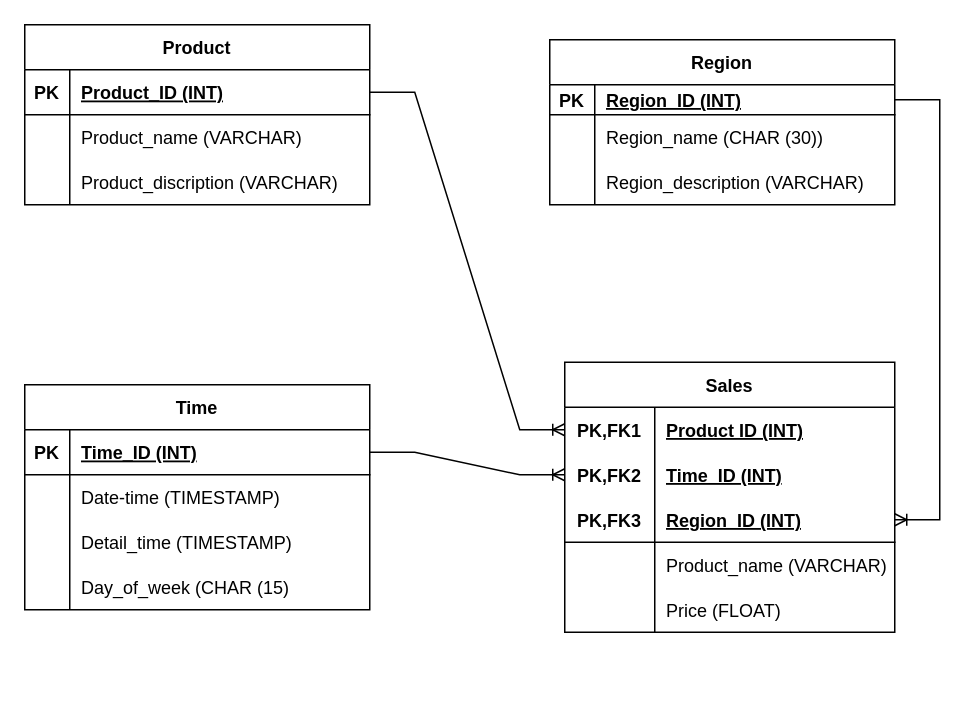
Above: page "Fisical" (3 of 3) of Models.drawio in irinapisarchik/Data-analyze (draw.io), before the change. Source tidied: cells renumbered, new cells numbered last; positions are measured from the earlier drawing's top-left corner, leaving out a move shared by most shapes. Both pictures are drawn from the tidied source at 150%, with x=0, y=0 at pixel (24, 24).
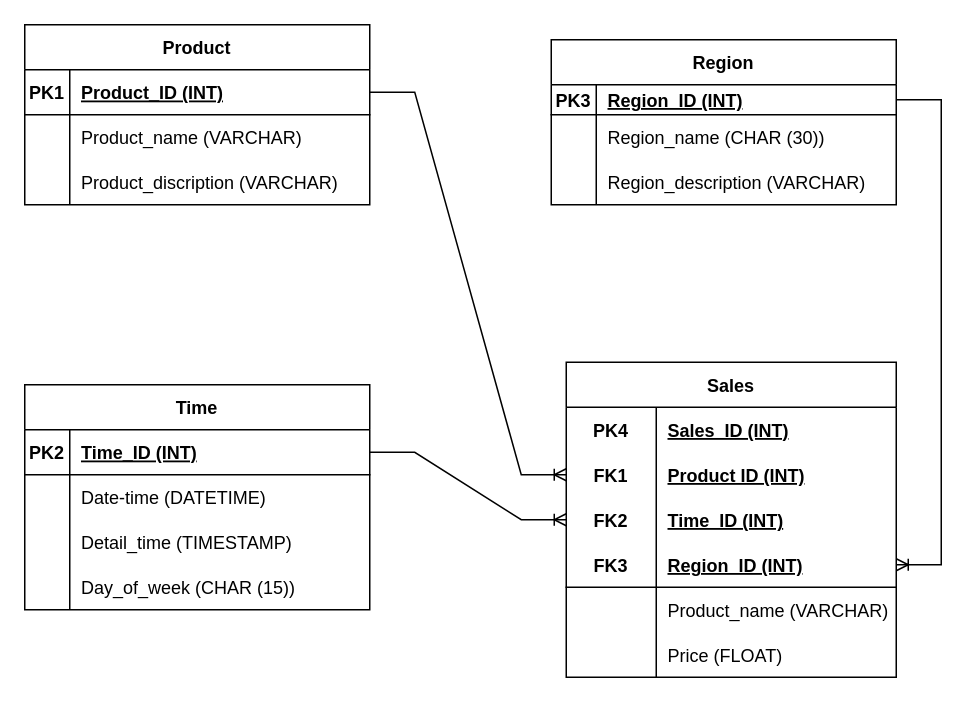
Above is the later version.

Unchanged cells that the change refers to:
```xml
<mxCell id="6" style="shape=tableRow;horizontal=0;startSize=0;swimlaneHead=0;swimlaneBody=0;fillColor=none;points=[[0,0.5],[1,0.5]];portConstraint=eastwest;top=0;left=0;right=0;bottom=1;" parent="5" vertex="1">
  <mxGeometry y="30" width="230" height="30" as="geometry" />
</mxCell>
<mxCell id="16" style="shape=tableRow;horizontal=0;startSize=0;swimlaneHead=0;swimlaneBody=0;fillColor=none;points=[[0,0.5],[1,0.5]];portConstraint=eastwest;top=0;left=0;right=0;bottom=1;" parent="15" vertex="1">
  <mxGeometry y="30" width="230" height="30" as="geometry" />
</mxCell>
<mxCell id="19" style="shape=tableRow;horizontal=0;startSize=0;swimlaneHead=0;swimlaneBody=0;fillColor=none;top=0;left=0;right=0;bottom=0;" parent="15" vertex="1">
  <mxGeometry y="60" width="230" height="30" as="geometry" />
</mxCell>
<mxCell id="25" style="shape=tableRow;horizontal=0;startSize=0;swimlaneHead=0;swimlaneBody=0;fillColor=none;top=0;left=0;right=0;bottom=0;" parent="15" vertex="1">
  <mxGeometry y="120" width="230" height="30" as="geometry" />
</mxCell>
<mxCell id="29" style="shape=tableRow;horizontal=0;startSize=0;swimlaneHead=0;swimlaneBody=0;fillColor=none;points=[[0,0.5],[1,0.5]];portConstraint=eastwest;top=0;left=0;right=0;bottom=1;" parent="28" vertex="1">
  <mxGeometry y="30" width="230" height="20" as="geometry" />
</mxCell>
```

Diff of the diagram source:
```diff
@@
-    <mxCell id="7" value="PK" style="shape=partialRectangle;fillColor=none;top=0;left=0;bottom=0;right=0;fontStyle=1;overflow=hidden;" parent="6" vertex="1">
+    <mxCell id="7" value="PK1" style="shape=partialRectangle;fillColor=none;top=0;left=0;bottom=0;right=0;fontStyle=1;overflow=hidden;" parent="6" vertex="1">
       <mxGeometry width="30" height="30" as="geometry" />
     </mxCell>
@@
-    <mxCell id="17" value="PK" style="shape=partialRectangle;fillColor=none;top=0;left=0;bottom=0;right=0;fontStyle=1;overflow=hidden;" parent="16" vertex="1">
+    <mxCell id="17" value="PK2" style="shape=partialRectangle;fillColor=none;top=0;left=0;bottom=0;right=0;fontStyle=1;overflow=hidden;" parent="16" vertex="1">
       <mxGeometry width="30" height="30" as="geometry" />
     </mxCell>
@@
-    <mxCell id="21" value="Date-time (TIMESTAMP)" style="shape=partialRectangle;fillColor=none;top=0;left=0;bottom=0;right=0;align=left;spacingLeft=6;overflow=hidden;" parent="19" vertex="1">
+    <mxCell id="21" value="Date-time (DATETIME)" style="shape=partialRectangle;fillColor=none;top=0;left=0;bottom=0;right=0;align=left;spacingLeft=6;overflow=hidden;" parent="19" vertex="1">
       <mxGeometry x="30" width="200" height="30" as="geometry" />
     </mxCell>
@@
-    <mxCell id="27" value="Day_of_week (CHAR (15)" style="shape=partialRectangle;fillColor=none;top=0;left=0;bottom=0;right=0;align=left;spacingLeft=6;overflow=hidden;" parent="25" vertex="1">
+    <mxCell id="27" value="Day_of_week (CHAR (15))" style="shape=partialRectangle;fillColor=none;top=0;left=0;bottom=0;right=0;align=left;spacingLeft=6;overflow=hidden;" parent="25" vertex="1">
       <mxGeometry x="30" width="200" height="30" as="geometry" />
     </mxCell>
     <mxCell id="28" value="Region" style="shape=table;startSize=30;childLayout=tableLayout;rowLines=0;fontStyle=1;align=center;" parent="1" vertex="1">
-      <mxGeometry x="350" y="10" width="230" height="110" as="geometry" />
+      <mxGeometry x="351" y="10" width="230" height="110" as="geometry" />
     </mxCell>
@@
-    <mxCell id="30" value="PK" style="shape=partialRectangle;fillColor=none;top=0;left=0;bottom=0;right=0;fontStyle=1;overflow=hidden;" parent="29" vertex="1">
+    <mxCell id="30" value="PK3" style="shape=partialRectangle;fillColor=none;top=0;left=0;bottom=0;right=0;fontStyle=1;overflow=hidden;" parent="29" vertex="1">
       <mxGeometry width="30" height="20" as="geometry" />
     </mxCell>
@@
     <mxCell id="38" value="Sales" style="shape=table;startSize=30;childLayout=tableLayout;rowLines=0;fontStyle=1;align=center;strokeColor=#000000;" parent="1" vertex="1">
-      <mxGeometry x="360" y="225" width="220" height="180" as="geometry" />
+      <mxGeometry x="361" y="225" width="220" height="210" as="geometry" />
     </mxCell>
+    <mxCell id="54" style="shape=tableRow;horizontal=0;startSize=0;swimlaneHead=0;swimlaneBody=0;fillColor=none;top=0;left=0;right=0;bottom=0;" parent="38" vertex="1">
+      <mxGeometry y="30" width="220" height="30" as="geometry" />
+    </mxCell>
+    <mxCell id="55" value="PK4" style="shape=partialRectangle;fillColor=none;top=0;left=0;bottom=0;right=0;fontStyle=1;overflow=hidden;" parent="54" vertex="1">
+      <mxGeometry width="60" height="30" as="geometry" />
+    </mxCell>
+    <mxCell id="56" value="Sales_ID (INT)" style="shape=partialRectangle;fillColor=none;top=0;left=0;bottom=0;right=0;align=left;spacingLeft=6;fontStyle=5;overflow=hidden;" parent="54" vertex="1">
+      <mxGeometry x="60" width="160" height="30" as="geometry" />
+    </mxCell>
     <mxCell id="39" style="shape=tableRow;horizontal=0;startSize=0;swimlaneHead=0;swimlaneBody=0;fillColor=none;points=[[0,0.5],[1,0.5]];portConstraint=eastwest;top=0;left=0;right=0;bottom=0;" parent="38" vertex="1">
-      <mxGeometry y="30" width="220" height="30" as="geometry" />
+      <mxGeometry y="60" width="220" height="30" as="geometry" />
     </mxCell>
-    <mxCell id="40" value="PK,FK1" style="shape=partialRectangle;fillColor=none;top=0;left=0;bottom=0;right=0;fontStyle=1;overflow=hidden;" parent="39" vertex="1">
+    <mxCell id="40" value="FK1" style="shape=partialRectangle;fillColor=none;top=0;left=0;bottom=0;right=0;fontStyle=1;overflow=hidden;" parent="39" vertex="1">
       <mxGeometry width="60" height="30" as="geometry" />
     </mxCell>
@@
     <mxCell id="42" style="shape=tableRow;horizontal=0;startSize=0;swimlaneHead=0;swimlaneBody=0;fillColor=none;points=[[0,0.5],[1,0.5]];portConstraint=eastwest;top=0;left=0;right=0;bottom=0;" parent="38" vertex="1">
-      <mxGeometry y="60" width="220" height="30" as="geometry" />
+      <mxGeometry y="90" width="220" height="30" as="geometry" />
     </mxCell>
-    <mxCell id="43" value="PK,FK2" style="shape=partialRectangle;fillColor=none;top=0;left=0;bottom=0;right=0;fontStyle=1;overflow=hidden;" parent="42" vertex="1">
+    <mxCell id="43" value="FK2" style="shape=partialRectangle;fillColor=none;top=0;left=0;bottom=0;right=0;fontStyle=1;overflow=hidden;" parent="42" vertex="1">
       <mxGeometry width="60" height="30" as="geometry" />
     </mxCell>
@@
     <mxCell id="45" style="shape=tableRow;horizontal=0;startSize=0;swimlaneHead=0;swimlaneBody=0;fillColor=none;points=[[0,0.5],[1,0.5]];portConstraint=eastwest;top=0;left=0;right=0;bottom=1;" parent="38" vertex="1">
-      <mxGeometry y="90" width="220" height="30" as="geometry" />
+      <mxGeometry y="120" width="220" height="30" as="geometry" />
     </mxCell>
-    <mxCell id="46" value="PK,FK3" style="shape=partialRectangle;fillColor=none;top=0;left=0;bottom=0;right=0;fontStyle=1;overflow=hidden;" parent="45" vertex="1">
+    <mxCell id="46" value="FK3" style="shape=partialRectangle;fillColor=none;top=0;left=0;bottom=0;right=0;fontStyle=1;overflow=hidden;" parent="45" vertex="1">
       <mxGeometry width="60" height="30" as="geometry" />
     </mxCell>
@@
     <mxCell id="48" style="shape=tableRow;horizontal=0;startSize=0;swimlaneHead=0;swimlaneBody=0;fillColor=none;top=0;left=0;right=0;bottom=0;" parent="38" vertex="1">
-      <mxGeometry y="120" width="220" height="30" as="geometry" />
+      <mxGeometry y="150" width="220" height="30" as="geometry" />
     </mxCell>
@@
     <mxCell id="51" style="shape=tableRow;horizontal=0;startSize=0;swimlaneHead=0;swimlaneBody=0;fillColor=none;top=0;left=0;right=0;bottom=0;" parent="38" vertex="1">
-      <mxGeometry y="150" width="220" height="30" as="geometry" />
+      <mxGeometry y="180" width="220" height="30" as="geometry" />
     </mxCell>
```
